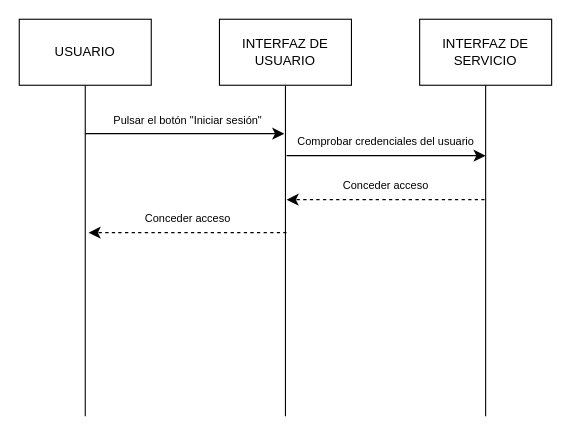
The draw.io diagram diagrams/secuencia/DS-008.drawio in ClaudiaOviedoGovantes/ComercialPostigo, before the edit. Source tidied: cells renumbered, new cells numbered last; positions are measured from the earlier drawing's top-left corner, leaving out a move shared by most shapes. Both pictures are drawn from the tidied source at 110%, with x=0, y=0 at pixel (19, 19).
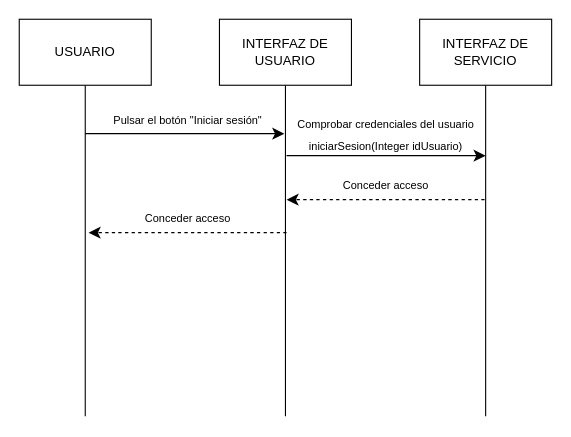
The same diagram, later.

Change to the diagram source:
```diff
@@
-    <mxCell id="11" value="&lt;font style=&quot;font-size: 10px;&quot;&gt;Comprobar credenciales del usuario&lt;/font&gt;" style="text;html=1;align=center;verticalAlign=middle;strokeColor=none;fillColor=none;fontSize=16;" parent="1" vertex="1">
-      <mxGeometry x="243" y="94" width="180" height="30" as="geometry" />
+    <mxCell id="11" value="&lt;font style=&quot;font-size: 10px;&quot;&gt;Comprobar credenciales del usuario&lt;/font&gt;&lt;div&gt;&lt;span style=&quot;background-color: initial; font-size: 10px;&quot;&gt;iniciarSesion(Integer idUsuario)&lt;/span&gt;&lt;/div&gt;" style="text;html=1;align=center;verticalAlign=middle;strokeColor=none;fillColor=none;fontSize=16;" parent="1" vertex="1">
+      <mxGeometry x="243.5" y="78" width="179" height="50" as="geometry" />
     </mxCell>
```
